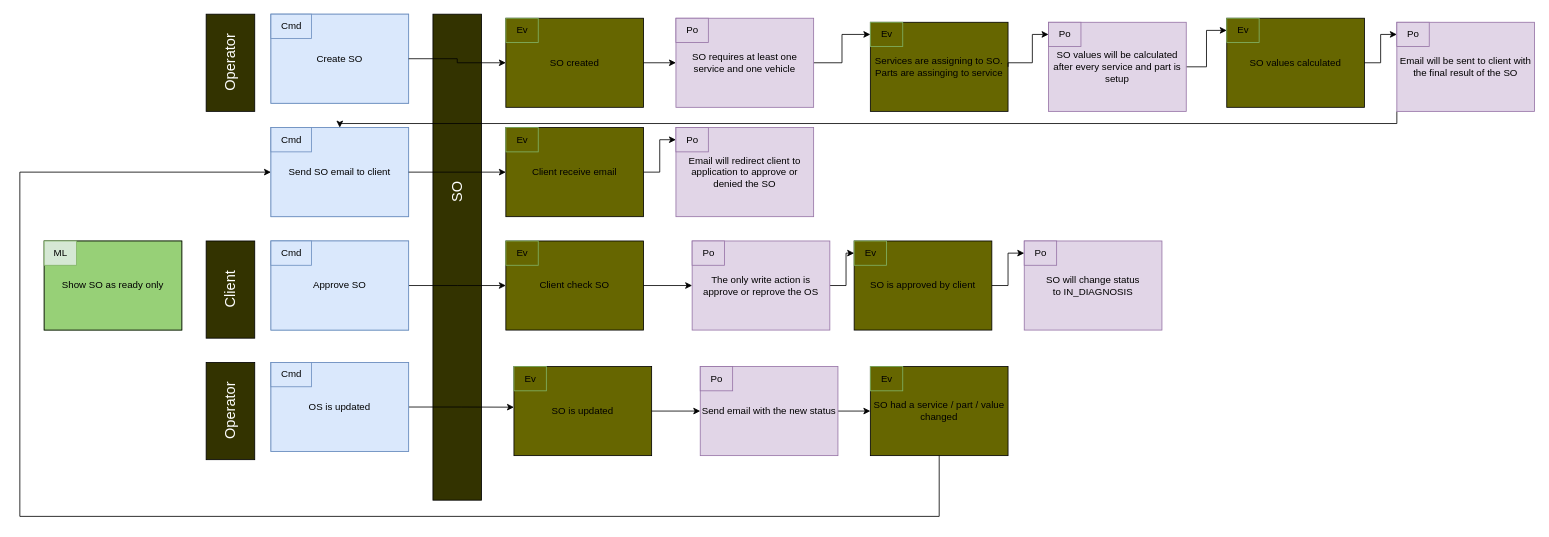
1ChristianAlex/motordesk keeps this draw.io diagram as page "Event Storming" (2 of 3) of docs/storytelling/Service Order.drawio. Above is the earlier version. Source tidied: cells renumbered, new cells numbered last; positions are measured from the earlier drawing's top-left corner, leaving out a move shared by most shapes. Both pictures are drawn from the tidied source at 81%, with x=0, y=0 at pixel (19, 14).
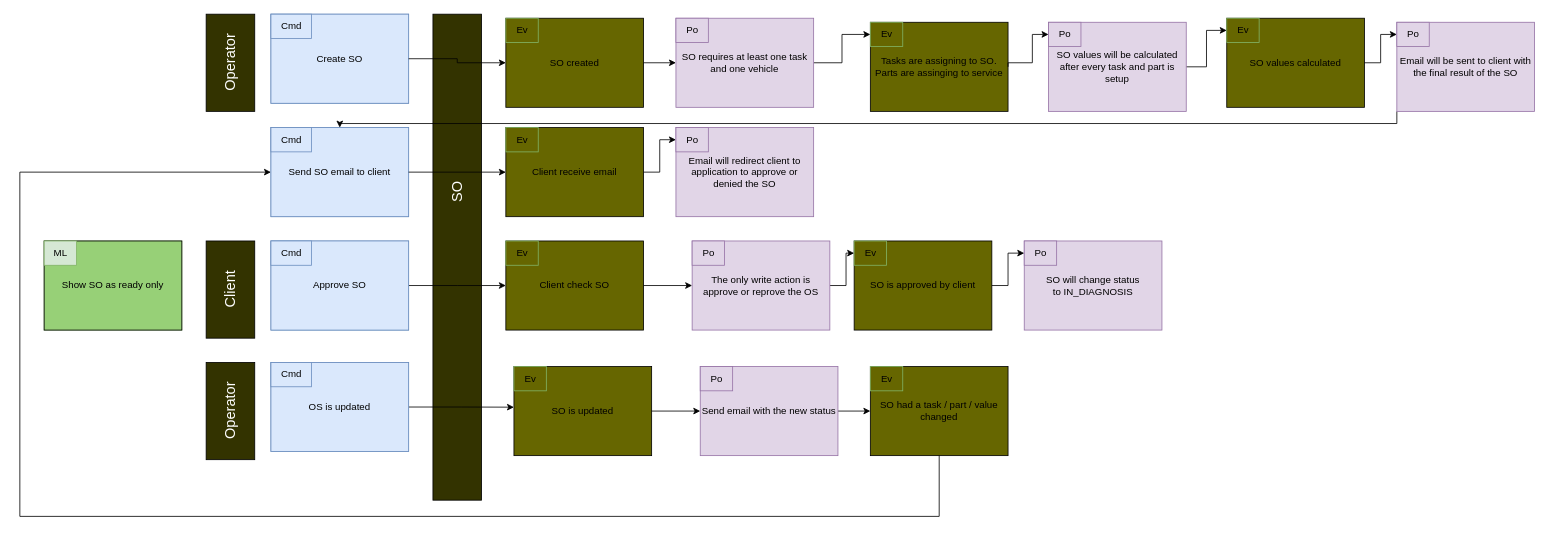
Above is the later version.

Unchanged cells that the change refers to:
```xml
<mxCell id="8" style="group;verticalAlign=middle;align=center;whiteSpace=wrap;" parent="1" vertex="1">
  <mxGeometry x="1050" y="10" width="170" height="110" as="geometry" />
</mxCell>
<mxCell id="80" style="group;verticalAlign=middle;align=center;whiteSpace=wrap;" parent="1" vertex="1">
  <mxGeometry x="1050" y="435" width="170" height="110" as="geometry" />
</mxCell>
```

The edit, as a diff of the source:
```diff
@@
-    <mxCell id="9" value="Services are assigning&amp;nbsp;to SO. Parts are assinging to service" style="rounded=0;whiteSpace=wrap;html=1;fillColor=#666600;verticalAlign=middle;align=center;" parent="8" vertex="1">
+    <mxCell id="9" value="Tasks are assigning&amp;nbsp;to SO. Parts are assinging to service" style="rounded=0;whiteSpace=wrap;html=1;fillColor=#666600;verticalAlign=middle;align=center;" parent="8" vertex="1">
       <mxGeometry width="170" height="110" as="geometry" />
     </mxCell>
@@
-    <mxCell id="31" value="SO requires at least one service and one vehicle" style="group;fillColor=#e1d5e7;strokeColor=#9673a6;verticalAlign=middle;align=center;whiteSpace=wrap;fontColor=#000000;horizontal=1;" parent="1" vertex="1">
+    <mxCell id="31" value="SO requires at least one task and one vehicle" style="group;fillColor=#e1d5e7;strokeColor=#9673a6;verticalAlign=middle;align=center;whiteSpace=wrap;fontColor=#000000;horizontal=1;" parent="1" vertex="1">
       <mxGeometry x="810" y="5" width="170" height="110" as="geometry" />
     </mxCell>
@@
-    <mxCell id="36" value="SO values will be calculated after every service and part is setup" style="group;fillColor=#e1d5e7;strokeColor=#9673a6;verticalAlign=middle;align=center;whiteSpace=wrap;fontColor=#000000;horizontal=1;" parent="1" vertex="1">
+    <mxCell id="36" value="SO values will be calculated after every task and part is setup" style="group;fillColor=#e1d5e7;strokeColor=#9673a6;verticalAlign=middle;align=center;whiteSpace=wrap;fontColor=#000000;horizontal=1;" parent="1" vertex="1">
       <mxGeometry x="1270" y="10" width="170" height="110" as="geometry" />
     </mxCell>
@@
-    <mxCell id="81" value="SO had a service / part / value changed" style="rounded=0;whiteSpace=wrap;html=1;fillColor=#666600;verticalAlign=middle;align=center;" parent="80" vertex="1">
+    <mxCell id="81" value="SO had a task / part / value changed" style="rounded=0;whiteSpace=wrap;html=1;fillColor=#666600;verticalAlign=middle;align=center;" parent="80" vertex="1">
       <mxGeometry width="170" height="110" as="geometry" />
     </mxCell>
```
